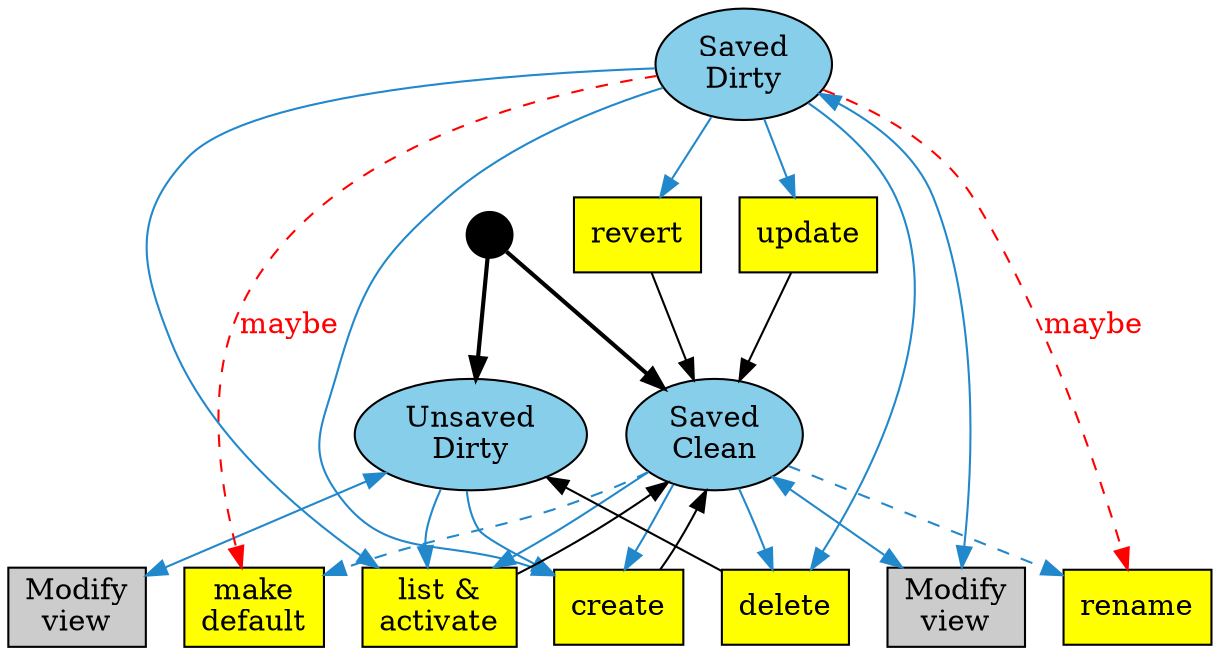
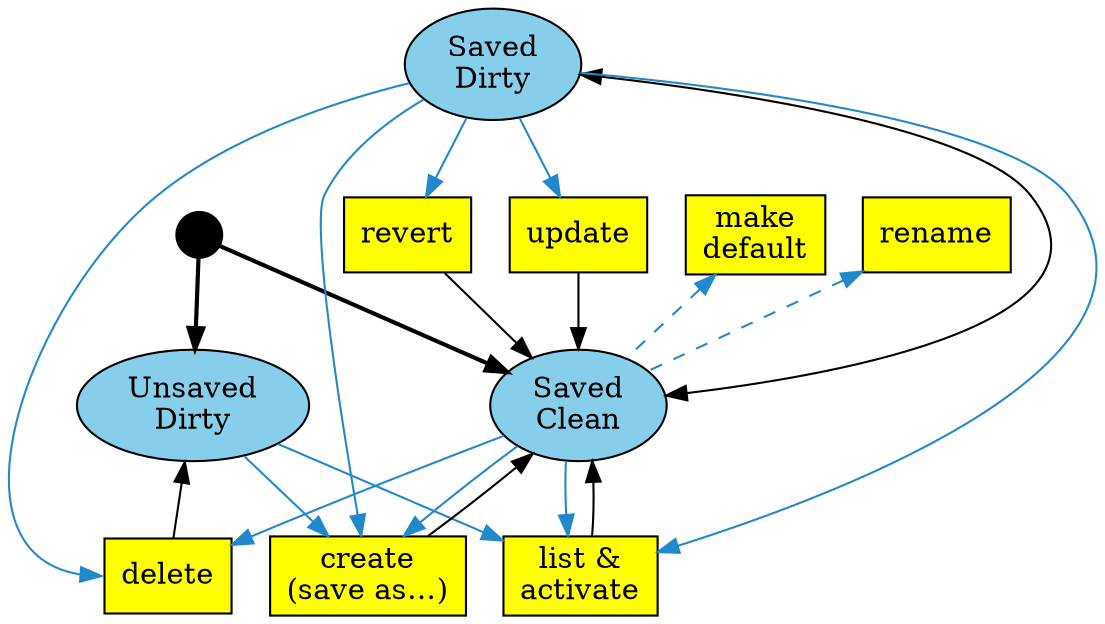
digraph G {

// ACTIONS:
// create
// delete
- // list -> activate
+ // list & activate
// make_default
// modify view
// rename
// revert
// update
+ 
+ // ALWAYS: create, list_activate
+ // SAVED: delete
+ // SAVED C|D: update|rename, revert|make_default

START [shape=circle,style=filled,color=black,fontsize=1,height=.3]

{
  node[style=filled fillcolor=skyblue]
  {
    rank=same
    ud [label="Unsaved\nDirty"]
    sc [label="Saved\nClean"]
  }
  sd [label="Saved\nDirty"]
}

node[shape=rect style=filled fillcolor=yellow]
- mod1 [fillcolor="#cccccc" label="Modify\nview"]
- mod2 [fillcolor="#cccccc" label="Modify\nview"]
+ create [label="create\n(save as…)"]
make_default [label="make\ndefault"]
list_activate [label="list &\nactivate"]

START -> ud,sc [penwidth=2]

edge [color="#2288cc"]
ud,sd -> create
sc -> create
create -> sc [color=black]
- sc,sd -> delete
+ sc -> delete
+ sd -> delete:w
delete -> ud [color=black]
ud,sc,sd -> list_activate
list_activate -> sc [color=black]
- sc -> make_default [style=dashed]
- sd -> make_default [style=dashed color=red fontcolor=red label=maybe]
- ud -> mod1 [dir=both color="#2288cc"]
- sc,sd -> mod2 [dir=both]
- sc -> rename [style=dashed]
- sd -> rename [style=dashed color=red fontcolor=red label=maybe]
+ make_default -> sc [style=dashed dir=back]
+ // sd -> make_default [style=dashed color=red fontcolor=red label=maybe]
+ sd -> sc [dir=both color=black]
+ rename -> sc [style=dashed dir=back]
+ // sd -> rename [style=dashed color=red fontcolor=red label=maybe]
sd -> revert,update
revert,update -> sc [color=black]

}
